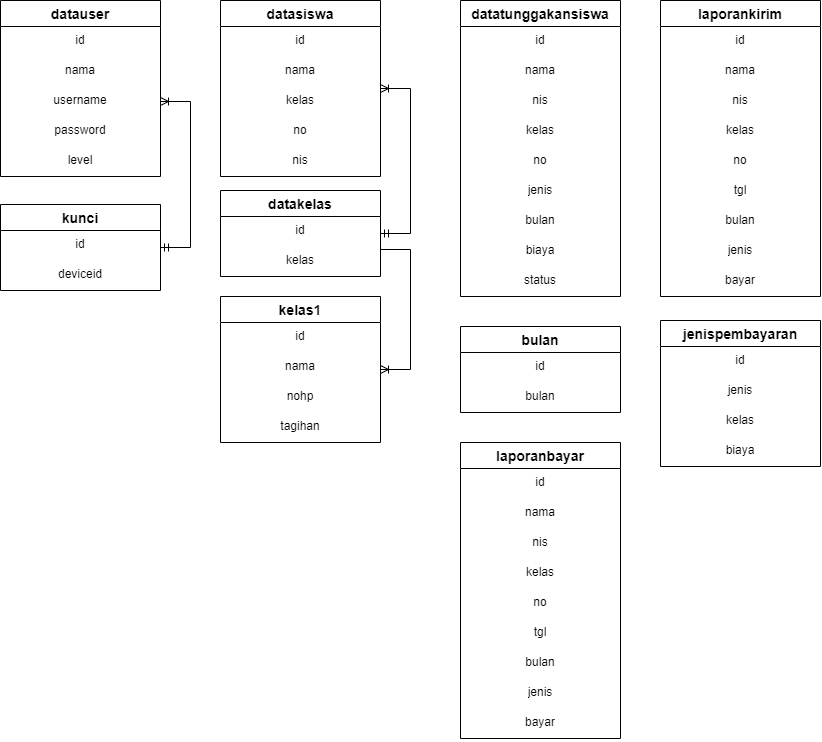
This is ERD.drawio.png from Dityaren/Diagram, a draw.io export, as it was before one commit. Source tidied: cells renumbered, new cells last; positions are measured from the earlier drawing's top-left corner, leaving out a move shared by most shapes.
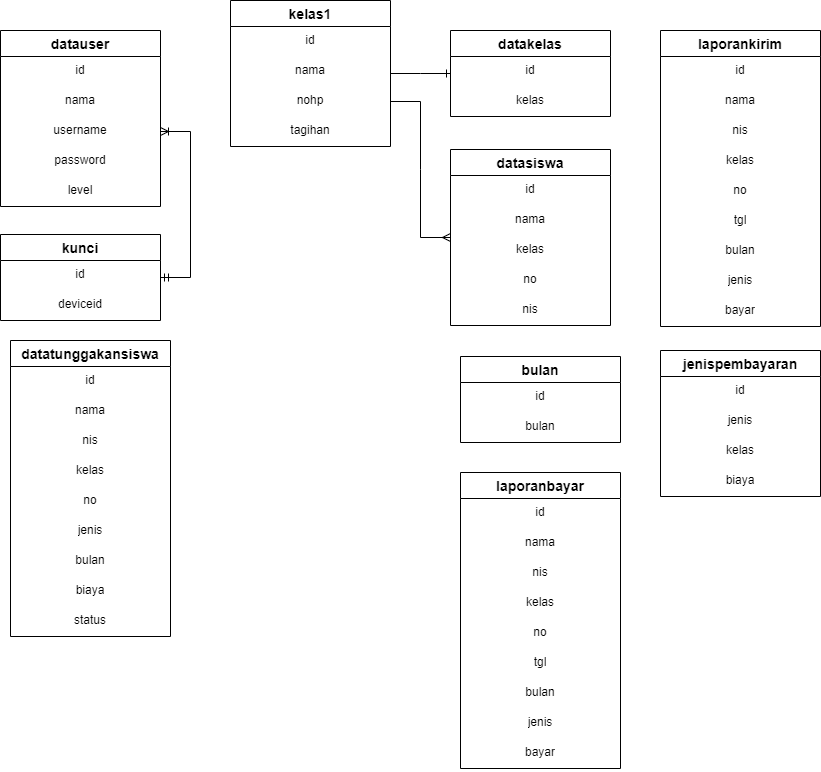
Later version of the same file.

What changed in the source:
```diff
@@ -30,7 +30,7 @@
       <mxGeometry y="56" width="160" height="30" as="geometry" />
     </mxCell>
     <mxCell id="11" value="datakelas" style="swimlane;fontStyle=1;horizontal=1;startSize=26;align=center;fontSize=14;" parent="1" vertex="1">
-      <mxGeometry x="220" y="190" width="160" height="86" as="geometry" />
+      <mxGeometry x="450" width="160" height="86" as="geometry" />
     </mxCell>
     <mxCell id="12" value="id" style="text;strokeColor=none;fillColor=none;spacingLeft=4;spacingRight=4;overflow=hidden;fontSize=12;align=center;" parent="11" vertex="1">
       <mxGeometry y="26" width="160" height="30" as="geometry" />
@@ -48,7 +48,7 @@
       <mxGeometry y="56" width="160" height="30" as="geometry" />
     </mxCell>
     <mxCell id="17" value="datasiswa" style="swimlane;fontStyle=1;horizontal=1;startSize=26;align=center;fontSize=14;" parent="1" vertex="1">
-      <mxGeometry x="220" width="160" height="176" as="geometry" />
+      <mxGeometry x="450" y="119" width="160" height="176" as="geometry" />
     </mxCell>
     <mxCell id="18" value="id" style="text;strokeColor=none;fillColor=none;spacingLeft=4;spacingRight=4;overflow=hidden;fontSize=12;align=center;" parent="17" vertex="1">
       <mxGeometry y="26" width="160" height="30" as="geometry" />
@@ -96,7 +96,7 @@
       <mxGeometry y="266" width="160" height="30" as="geometry" />
     </mxCell>
     <mxCell id="33" value="kelas1" style="swimlane;fontStyle=1;horizontal=1;startSize=26;align=center;fontSize=14;" parent="1" vertex="1">
-      <mxGeometry x="220" y="296" width="160" height="146" as="geometry" />
+      <mxGeometry x="230" y="-30" width="160" height="146" as="geometry" />
     </mxCell>
     <mxCell id="34" value="id" style="text;strokeColor=none;fillColor=none;spacingLeft=4;spacingRight=4;overflow=hidden;fontSize=12;align=center;" parent="33" vertex="1">
       <mxGeometry y="26" width="160" height="30" as="geometry" />
@@ -111,7 +111,7 @@
       <mxGeometry y="116" width="160" height="30" as="geometry" />
     </mxCell>
     <mxCell id="38" value="datatunggakansiswa" style="swimlane;fontStyle=1;horizontal=1;startSize=26;align=center;fontSize=14;" parent="1" vertex="1">
-      <mxGeometry x="460" width="160" height="296" as="geometry" />
+      <mxGeometry x="10" y="310" width="160" height="296" as="geometry" />
     </mxCell>
     <mxCell id="39" value="id" style="text;strokeColor=none;fillColor=none;spacingLeft=4;spacingRight=4;overflow=hidden;fontSize=12;align=center;" parent="38" vertex="1">
       <mxGeometry y="26" width="160" height="30" as="geometry" />
@@ -155,9 +155,6 @@
     <mxCell id="52" value="biaya" style="text;strokeColor=none;fillColor=none;spacingLeft=4;spacingRight=4;overflow=hidden;fontSize=12;align=center;" parent="48" vertex="1">
       <mxGeometry y="116" width="160" height="30" as="geometry" />
     </mxCell>
-    <mxCell id="53" style="edgeStyle=entityRelationEdgeStyle;fontSize=12;html=1;endArrow=ERoneToMany;rounded=0;exitX=1;exitY=0.1;exitDx=0;exitDy=0;exitPerimeter=0;" parent="1" edge="1" source="13" target="33">
-      <mxGeometry relative="1" as="geometry" />
-    </mxCell>
     <mxCell id="54" value="laporanbayar" style="swimlane;fontStyle=1;horizontal=1;startSize=26;align=center;fontSize=14;" parent="1" vertex="1">
       <mxGeometry x="460" y="442" width="160" height="296" as="geometry" />
     </mxCell>
@@ -191,8 +188,11 @@
     <mxCell id="64" style="edgeStyle=entityRelationEdgeStyle;fontSize=12;html=1;endArrow=ERoneToMany;startArrow=ERmandOne;rounded=0;entryX=1;entryY=0.5;entryDx=0;entryDy=0;" parent="1" edge="1" source="8" target="5">
       <mxGeometry relative="1" as="geometry" />
     </mxCell>
-    <mxCell id="65" style="edgeStyle=entityRelationEdgeStyle;fontSize=12;html=1;endArrow=ERoneToMany;startArrow=ERmandOne;rounded=0;" parent="1" edge="1" source="11" target="17">
-      <mxGeometry relative="1" as="geometry" />
-    </mxCell>
+    <mxCell id="66" style="edgeStyle=entityRelationEdgeStyle;fontSize=12;html=1;endArrow=ERone;endFill=1;rounded=0;" parent="1" edge="1" source="33" target="11">
+      <mxGeometry relative="1" as="geometry" />
+    </mxCell>
+    <mxCell id="67" style="edgeStyle=entityRelationEdgeStyle;fontSize=12;html=1;endArrow=ERmany;rounded=0;exitX=1;exitY=0.5;exitDx=0;exitDy=0;" parent="1" edge="1" source="36" target="17">
+      <mxGeometry relative="1" as="geometry" />
+    </mxCell>
   </root>
 </mxGraphModel>
```
